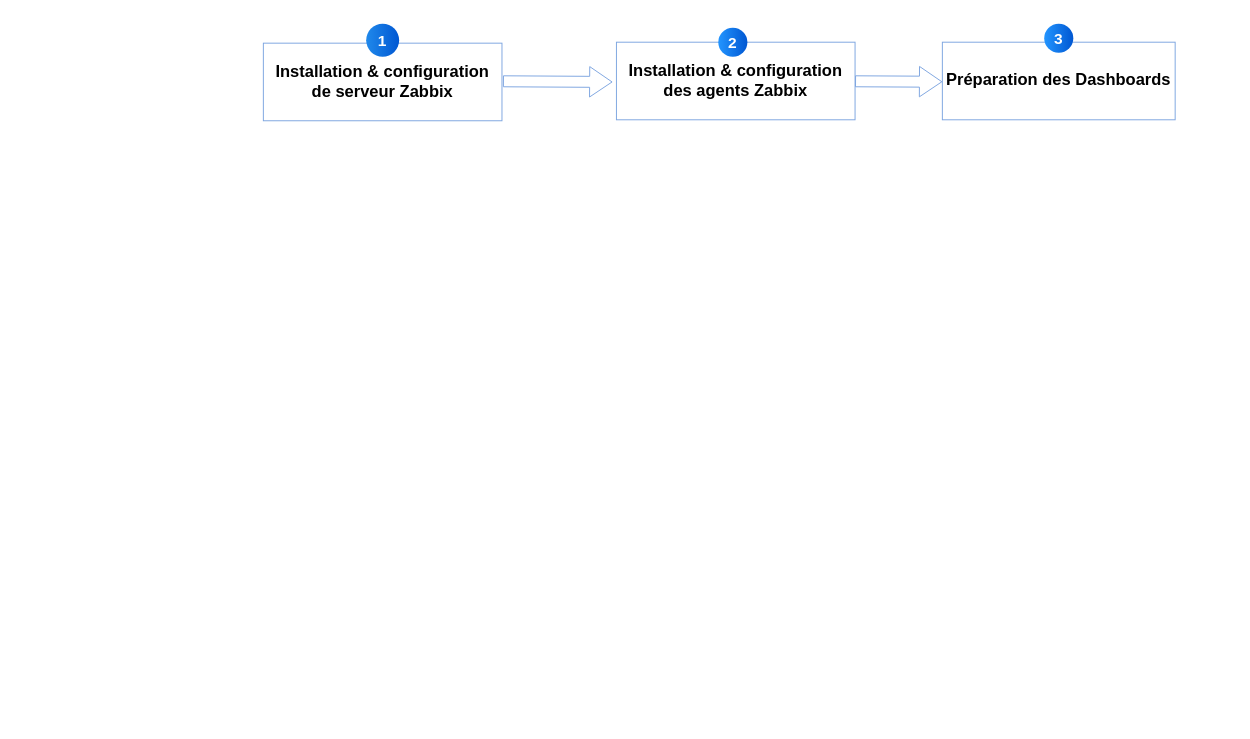
eya-harbaoui/Diagramms keeps this draw.io diagram as InstallationZabbix.drawio. Above is the earlier version. Source tidied: cells renumbered, new cells numbered last; positions are measured from the earlier drawing's top-left corner, leaving out a move shared by most shapes. Both pictures are drawn from the tidied source at 97%, with x=0, y=0 at pixel (263, 23). Pictures stored in the file or linked from it are replaced by grey dashed boxes.
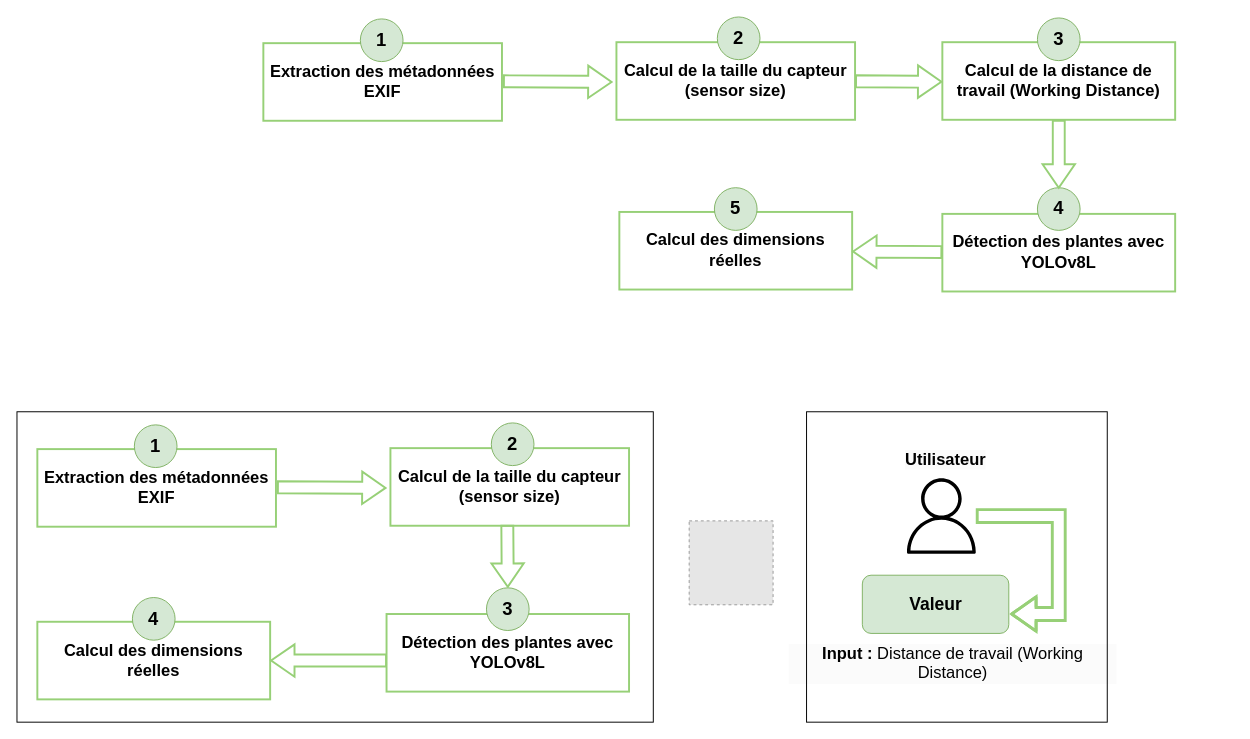
The same page after the edit.

Commit message:
Mettre à jour InstallationZabbix.drawio

Diff of the diagram source:
```diff
@@
-    <mxCell id="2" value="&lt;p&gt;&lt;strong&gt;&lt;font style=&quot;font-size: 17px;&quot;&gt;Installation &amp;amp; configuration de serveur Zabbix&lt;/font&gt;&lt;/strong&gt;&lt;/p&gt;" style="rounded=0;whiteSpace=wrap;html=1;strokeColor=#7EA6E0;" parent="1" vertex="1">
+    <mxCell id="2" value="&lt;p&gt;&lt;span style=&quot;font-size: 17px;&quot;&gt;&lt;b&gt;Extraction des métadonnées EXIF&lt;/b&gt;&lt;/span&gt;&lt;br&gt;&lt;/p&gt;" style="rounded=0;whiteSpace=wrap;html=1;strokeColor=#97D077;strokeWidth=2;" parent="1" vertex="1">
       <mxGeometry y="20" width="246" height="80" as="geometry" />
     </mxCell>
-    <mxCell id="3" value="&lt;p&gt;&lt;strong&gt;&lt;font style=&quot;font-size: 17px;&quot;&gt;Installation &amp;amp; configuration des agents Zabbix&lt;/font&gt;&lt;/strong&gt;&lt;br&gt;&lt;/p&gt;" style="rounded=0;whiteSpace=wrap;html=1;strokeColor=#7EA6E0;" parent="1" vertex="1">
+    <mxCell id="3" value="&lt;p&gt;&lt;span style=&quot;font-size: 17px;&quot;&gt;&lt;b&gt;Calcul de la taille du capteur (sensor size)&lt;/b&gt;&lt;/span&gt;&lt;br&gt;&lt;/p&gt;" style="rounded=0;whiteSpace=wrap;html=1;strokeColor=#97D077;strokeWidth=2;" parent="1" vertex="1">
       <mxGeometry x="364" y="19" width="246" height="80" as="geometry" />
     </mxCell>
-    <mxCell id="4" value="&lt;p&gt;&lt;/p&gt;&lt;ul style=&quot;forced-color-adjust: none; color: rgb(0, 0, 0); font-family: Helvetica; font-size: 12px; font-style: normal; font-variant-ligatures: normal; font-variant-caps: normal; font-weight: 400; letter-spacing: normal; orphans: 2; text-align: left; text-indent: 0px; text-transform: none; widows: 2; word-spacing: 0px; -webkit-text-stroke-width: 0px; white-space: normal; background-color: rgb(251, 251, 251); text-decoration-thickness: initial; text-decoration-style: initial; text-decoration-color: initial;&quot;&gt;&lt;/ul&gt;&lt;p&gt;&lt;/p&gt;&lt;p style=&quot;forced-color-adjust: none; color: rgb(0, 0, 0); font-family: Helvetica; font-size: 12px; font-style: normal; font-variant-ligatures: normal; font-variant-caps: normal; font-weight: 400; letter-spacing: normal; orphans: 2; text-indent: 0px; text-transform: none; widows: 2; word-spacing: 0px; -webkit-text-stroke-width: 0px; white-space: normal; background-color: rgb(251, 251, 251); text-decoration-thickness: initial; text-decoration-style: initial; text-decoration-color: initial;&quot;&gt;&lt;/p&gt;&lt;p&gt;&lt;/p&gt;&lt;p&gt;&lt;/p&gt;&lt;h3&gt;&lt;strong&gt;&lt;font style=&quot;font-size: 17px;&quot;&gt;Préparation des Dashboards&lt;/font&gt;&lt;/strong&gt;&lt;/h3&gt;" style="rounded=0;whiteSpace=wrap;html=1;strokeColor=#7EA6E0;" parent="1" vertex="1">
+    <mxCell id="4" value="&lt;p&gt;&lt;/p&gt;&lt;ul style=&quot;forced-color-adjust: none; color: rgb(0, 0, 0); font-family: Helvetica; font-size: 12px; font-style: normal; font-variant-ligatures: normal; font-variant-caps: normal; font-weight: 400; letter-spacing: normal; orphans: 2; text-align: left; text-indent: 0px; text-transform: none; widows: 2; word-spacing: 0px; -webkit-text-stroke-width: 0px; white-space: normal; background-color: rgb(251, 251, 251); text-decoration-thickness: initial; text-decoration-style: initial; text-decoration-color: initial;&quot;&gt;&lt;/ul&gt;&lt;p&gt;&lt;/p&gt;&lt;p style=&quot;forced-color-adjust: none; color: rgb(0, 0, 0); font-family: Helvetica; font-size: 12px; font-style: normal; font-variant-ligatures: normal; font-variant-caps: normal; font-weight: 400; letter-spacing: normal; orphans: 2; text-indent: 0px; text-transform: none; widows: 2; word-spacing: 0px; -webkit-text-stroke-width: 0px; white-space: normal; background-color: rgb(251, 251, 251); text-decoration-thickness: initial; text-decoration-style: initial; text-decoration-color: initial;&quot;&gt;&lt;/p&gt;&lt;p&gt;&lt;/p&gt;&lt;p&gt;&lt;/p&gt;&lt;h3&gt;&lt;span style=&quot;font-size: 17px;&quot;&gt;Calcul de la distance de travail (Working Distance)&lt;/span&gt;&lt;br&gt;&lt;/h3&gt;" style="rounded=0;whiteSpace=wrap;html=1;strokeColor=#97D077;strokeWidth=2;" parent="1" vertex="1">
       <mxGeometry x="700" y="19" width="240" height="80" as="geometry" />
     </mxCell>
-    <mxCell id="5" value="1" style="ellipse;whiteSpace=wrap;html=1;rotation=0;gradientColor=#0057D2;strokeColor=none;gradientDirection=east;fillColor=#2089EB;rounded=0;fontFamily=Helvetica;fontSize=16;fontColor=#FFFFFF;spacingTop=4;spacingBottom=4;spacingLeft=4;spacingRight=4;fontStyle=1;" parent="1" vertex="1">
-      <mxGeometry x="106" width="34" height="34" as="geometry" />
+    <mxCell id="5" value="&lt;font style=&quot;font-size: 19px;&quot;&gt;1&lt;/font&gt;" style="ellipse;whiteSpace=wrap;html=1;rotation=0;strokeColor=#82b366;gradientDirection=east;fillColor=#d5e8d4;rounded=0;fontFamily=Helvetica;fontSize=16;spacingTop=4;spacingBottom=4;spacingLeft=4;spacingRight=4;fontStyle=1;" parent="1" vertex="1">
+      <mxGeometry x="100" y="-5" width="44" height="44" as="geometry" />
     </mxCell>
-    <mxCell id="6" value="2" style="ellipse;whiteSpace=wrap;html=1;rotation=0;gradientColor=#0057D2;strokeColor=none;gradientDirection=east;fillColor=#2395FF;rounded=0;fontFamily=Helvetica;fontSize=16;fontColor=#FFFFFF;spacingTop=4;spacingBottom=4;spacingLeft=4;spacingRight=4;fontStyle=1;" parent="1" vertex="1">
-      <mxGeometry x="469" y="4" width="30" height="30" as="geometry" />
-    </mxCell>
-    <mxCell id="7" value="3" style="ellipse;whiteSpace=wrap;html=1;rotation=0;gradientColor=#0057D2;strokeColor=none;gradientDirection=east;fillColor=#2395FF;rounded=0;fontFamily=Helvetica;fontSize=16;fontColor=#FFFFFF;spacingTop=4;spacingBottom=4;spacingLeft=4;spacingRight=4;fontStyle=1;" parent="1" vertex="1">
-      <mxGeometry x="805" width="30" height="30" as="geometry" />
-    </mxCell>
-    <mxCell id="8" style="shape=flexArrow;endArrow=classic;html=1;rounded=0;exitX=1;exitY=0.5;exitDx=0;exitDy=0;entryX=0;entryY=0.5;entryDx=0;entryDy=0;width=11.304347826086957;endSize=7.373913043478262;endWidth=19.054820415879018;strokeColor=#7EA6E0;" parent="1" edge="1">
+    <mxCell id="8" style="shape=flexArrow;endArrow=classic;html=1;rounded=0;exitX=1;exitY=0.5;exitDx=0;exitDy=0;entryX=0;entryY=0.5;entryDx=0;entryDy=0;width=11.304347826086957;endSize=7.373913043478262;endWidth=19.054820415879018;strokeColor=#97D077;strokeWidth=2;" parent="1" edge="1">
       <mxGeometry relative="1" as="geometry">
         <mxPoint x="610" y="59.3" as="sourcePoint" />
         <mxPoint x="700" y="59.8" as="targetPoint" />
       </mxGeometry>
     </mxCell>
-    <mxCell id="9" style="shape=flexArrow;endArrow=classic;html=1;rounded=0;exitX=1;exitY=0.5;exitDx=0;exitDy=0;width=11.304347826086957;endSize=7.373913043478262;endWidth=19.054820415879018;strokeColor=#7EA6E0;" parent="1" edge="1">
+    <mxCell id="9" style="shape=flexArrow;endArrow=classic;html=1;rounded=0;exitX=1;exitY=0.5;exitDx=0;exitDy=0;width=11.304347826086957;endSize=7.373913043478262;endWidth=19.054820415879018;strokeColor=#97D077;strokeWidth=2;" parent="1" edge="1">
       <mxGeometry relative="1" as="geometry">
         <mxPoint x="247" y="59.3" as="sourcePoint" />
         <mxPoint x="360" y="60" as="targetPoint" />
       </mxGeometry>
     </mxCell>
+    <mxCell id="10" value="&lt;p&gt;&lt;/p&gt;&lt;ul style=&quot;forced-color-adjust: none; color: rgb(0, 0, 0); font-family: Helvetica; font-size: 12px; font-style: normal; font-variant-ligatures: normal; font-variant-caps: normal; font-weight: 400; letter-spacing: normal; orphans: 2; text-align: left; text-indent: 0px; text-transform: none; widows: 2; word-spacing: 0px; -webkit-text-stroke-width: 0px; white-space: normal; background-color: rgb(251, 251, 251); text-decoration-thickness: initial; text-decoration-style: initial; text-decoration-color: initial;&quot;&gt;&lt;/ul&gt;&lt;p&gt;&lt;/p&gt;&lt;p style=&quot;forced-color-adjust: none; color: rgb(0, 0, 0); font-family: Helvetica; font-size: 12px; font-style: normal; font-variant-ligatures: normal; font-variant-caps: normal; font-weight: 400; letter-spacing: normal; orphans: 2; text-indent: 0px; text-transform: none; widows: 2; word-spacing: 0px; -webkit-text-stroke-width: 0px; white-space: normal; background-color: rgb(251, 251, 251); text-decoration-thickness: initial; text-decoration-style: initial; text-decoration-color: initial;&quot;&gt;&lt;/p&gt;&lt;p&gt;&lt;/p&gt;&lt;p&gt;&lt;/p&gt;&lt;h3&gt;&lt;span style=&quot;font-size: 17px;&quot;&gt;Détection des plantes avec YOLOv8L&lt;/span&gt;&lt;br&gt;&lt;/h3&gt;" style="rounded=0;whiteSpace=wrap;html=1;strokeColor=#97D077;strokeWidth=2;" parent="1" vertex="1">
+      <mxGeometry x="700" y="196" width="240" height="80" as="geometry" />
+    </mxCell>
+    <mxCell id="11" value="&lt;p&gt;&lt;/p&gt;&lt;ul style=&quot;forced-color-adjust: none; color: rgb(0, 0, 0); font-family: Helvetica; font-size: 12px; font-style: normal; font-variant-ligatures: normal; font-variant-caps: normal; font-weight: 400; letter-spacing: normal; orphans: 2; text-align: left; text-indent: 0px; text-transform: none; widows: 2; word-spacing: 0px; -webkit-text-stroke-width: 0px; white-space: normal; background-color: rgb(251, 251, 251); text-decoration-thickness: initial; text-decoration-style: initial; text-decoration-color: initial;&quot;&gt;&lt;/ul&gt;&lt;p&gt;&lt;/p&gt;&lt;p style=&quot;forced-color-adjust: none; color: rgb(0, 0, 0); font-family: Helvetica; font-size: 12px; font-style: normal; font-variant-ligatures: normal; font-variant-caps: normal; font-weight: 400; letter-spacing: normal; orphans: 2; text-indent: 0px; text-transform: none; widows: 2; word-spacing: 0px; -webkit-text-stroke-width: 0px; white-space: normal; background-color: rgb(251, 251, 251); text-decoration-thickness: initial; text-decoration-style: initial; text-decoration-color: initial;&quot;&gt;&lt;/p&gt;&lt;p&gt;&lt;/p&gt;&lt;p&gt;&lt;/p&gt;&lt;h3&gt;&lt;span style=&quot;font-size: 17px;&quot;&gt;Calcul des dimensions réelles&lt;/span&gt;&lt;br&gt;&lt;/h3&gt;" style="rounded=0;whiteSpace=wrap;html=1;strokeColor=#97D077;strokeWidth=2;" parent="1" vertex="1">
+      <mxGeometry x="367" y="194" width="240" height="80" as="geometry" />
+    </mxCell>
+    <mxCell id="12" value="&lt;font style=&quot;font-size: 19px;&quot;&gt;2&lt;/font&gt;" style="ellipse;whiteSpace=wrap;html=1;rotation=0;strokeColor=#82b366;gradientDirection=east;fillColor=#d5e8d4;rounded=0;fontFamily=Helvetica;fontSize=16;spacingTop=4;spacingBottom=4;spacingLeft=4;spacingRight=4;fontStyle=1;" parent="1" vertex="1">
+      <mxGeometry x="468" y="-7" width="44" height="44" as="geometry" />
+    </mxCell>
+    <mxCell id="13" value="&lt;font style=&quot;font-size: 19px;&quot;&gt;3&lt;/font&gt;" style="ellipse;whiteSpace=wrap;html=1;rotation=0;strokeColor=#82b366;gradientDirection=east;fillColor=#d5e8d4;rounded=0;fontFamily=Helvetica;fontSize=16;spacingTop=4;spacingBottom=4;spacingLeft=4;spacingRight=4;fontStyle=1;" parent="1" vertex="1">
+      <mxGeometry x="798" y="-6" width="44" height="44" as="geometry" />
+    </mxCell>
+    <mxCell id="14" value="&lt;font style=&quot;font-size: 19px;&quot;&gt;4&lt;/font&gt;" style="ellipse;whiteSpace=wrap;html=1;rotation=0;strokeColor=#82b366;gradientDirection=east;fillColor=#d5e8d4;rounded=0;fontFamily=Helvetica;fontSize=16;spacingTop=4;spacingBottom=4;spacingLeft=4;spacingRight=4;fontStyle=1;" parent="1" vertex="1">
+      <mxGeometry x="798" y="169" width="44" height="44" as="geometry" />
+    </mxCell>
+    <mxCell id="15" value="&lt;font style=&quot;font-size: 19px;&quot;&gt;5&lt;/font&gt;" style="ellipse;whiteSpace=wrap;html=1;rotation=0;strokeColor=#82b366;gradientDirection=east;fillColor=#d5e8d4;rounded=0;fontFamily=Helvetica;fontSize=16;spacingTop=4;spacingBottom=4;spacingLeft=4;spacingRight=4;fontStyle=1;" parent="1" vertex="1">
+      <mxGeometry x="465" y="169" width="44" height="44" as="geometry" />
+    </mxCell>
+    <mxCell id="16" style="shape=flexArrow;endArrow=classic;html=1;rounded=0;exitX=0.5;exitY=1;exitDx=0;exitDy=0;width=11.304347826086957;endSize=7.373913043478262;endWidth=19.054820415879018;strokeColor=#97D077;strokeWidth=2;" parent="1" edge="1" source="4">
+      <mxGeometry relative="1" as="geometry">
+        <mxPoint x="820" y="170" as="targetPoint" />
+      </mxGeometry>
+    </mxCell>
+    <mxCell id="17" style="shape=flexArrow;endArrow=classic;html=1;rounded=0;exitX=1;exitY=0.5;exitDx=0;exitDy=0;width=11.304347826086957;endSize=7.373913043478262;endWidth=19.054820415879018;strokeColor=#97D077;strokeWidth=2;" parent="1" edge="1" target="11">
+      <mxGeometry relative="1" as="geometry">
+        <mxPoint x="700" y="235.4" as="sourcePoint" />
+      </mxGeometry>
+    </mxCell>
+    <mxCell id="18" value="&lt;p&gt;&lt;span style=&quot;font-size: 17px;&quot;&gt;&lt;b&gt;Extraction des métadonnées EXIF&lt;/b&gt;&lt;/span&gt;&lt;br&gt;&lt;/p&gt;" style="rounded=0;whiteSpace=wrap;html=1;strokeColor=#97D077;strokeWidth=2;" parent="1" vertex="1">
+      <mxGeometry x="-233" y="438.5" width="246" height="80" as="geometry" />
+    </mxCell>
+    <mxCell id="19" value="&lt;p&gt;&lt;span style=&quot;font-size: 17px;&quot;&gt;&lt;b&gt;Calcul de la taille du capteur (sensor size)&lt;/b&gt;&lt;/span&gt;&lt;br&gt;&lt;/p&gt;" style="rounded=0;whiteSpace=wrap;html=1;strokeColor=#97D077;strokeWidth=2;" parent="1" vertex="1">
+      <mxGeometry x="131" y="437.5" width="246" height="80" as="geometry" />
+    </mxCell>
+    <mxCell id="20" value="&lt;font style=&quot;font-size: 19px;&quot;&gt;1&lt;/font&gt;" style="ellipse;whiteSpace=wrap;html=1;rotation=0;strokeColor=#82b366;gradientDirection=east;fillColor=#d5e8d4;rounded=0;fontFamily=Helvetica;fontSize=16;spacingTop=4;spacingBottom=4;spacingLeft=4;spacingRight=4;fontStyle=1;" parent="1" vertex="1">
+      <mxGeometry x="-133" y="413.5" width="44" height="44" as="geometry" />
+    </mxCell>
+    <mxCell id="21" style="shape=flexArrow;endArrow=classic;html=1;rounded=0;exitX=1;exitY=0.5;exitDx=0;exitDy=0;width=11.304347826086957;endSize=7.373913043478262;endWidth=19.054820415879018;strokeColor=#97D077;strokeWidth=2;" parent="1" edge="1">
+      <mxGeometry relative="1" as="geometry">
+        <mxPoint x="14" y="477.8" as="sourcePoint" />
+        <mxPoint x="127" y="478.5" as="targetPoint" />
+      </mxGeometry>
+    </mxCell>
+    <mxCell id="22" value="&lt;p&gt;&lt;/p&gt;&lt;ul style=&quot;forced-color-adjust: none; color: rgb(0, 0, 0); font-family: Helvetica; font-size: 12px; font-style: normal; font-variant-ligatures: normal; font-variant-caps: normal; font-weight: 400; letter-spacing: normal; orphans: 2; text-align: left; text-indent: 0px; text-transform: none; widows: 2; word-spacing: 0px; -webkit-text-stroke-width: 0px; white-space: normal; background-color: rgb(251, 251, 251); text-decoration-thickness: initial; text-decoration-style: initial; text-decoration-color: initial;&quot;&gt;&lt;/ul&gt;&lt;p&gt;&lt;/p&gt;&lt;p style=&quot;forced-color-adjust: none; color: rgb(0, 0, 0); font-family: Helvetica; font-size: 12px; font-style: normal; font-variant-ligatures: normal; font-variant-caps: normal; font-weight: 400; letter-spacing: normal; orphans: 2; text-indent: 0px; text-transform: none; widows: 2; word-spacing: 0px; -webkit-text-stroke-width: 0px; white-space: normal; background-color: rgb(251, 251, 251); text-decoration-thickness: initial; text-decoration-style: initial; text-decoration-color: initial;&quot;&gt;&lt;/p&gt;&lt;p&gt;&lt;/p&gt;&lt;p&gt;&lt;/p&gt;&lt;h3&gt;&lt;span style=&quot;font-size: 17px;&quot;&gt;Détection des plantes avec YOLOv8L&lt;/span&gt;&lt;br&gt;&lt;/h3&gt;" style="rounded=0;whiteSpace=wrap;html=1;strokeColor=#97D077;strokeWidth=2;" parent="1" vertex="1">
+      <mxGeometry x="127" y="608.5" width="250" height="80" as="geometry" />
+    </mxCell>
+    <mxCell id="23" value="&lt;p&gt;&lt;/p&gt;&lt;ul style=&quot;forced-color-adjust: none; color: rgb(0, 0, 0); font-family: Helvetica; font-size: 12px; font-style: normal; font-variant-ligatures: normal; font-variant-caps: normal; font-weight: 400; letter-spacing: normal; orphans: 2; text-align: left; text-indent: 0px; text-transform: none; widows: 2; word-spacing: 0px; -webkit-text-stroke-width: 0px; white-space: normal; background-color: rgb(251, 251, 251); text-decoration-thickness: initial; text-decoration-style: initial; text-decoration-color: initial;&quot;&gt;&lt;/ul&gt;&lt;p&gt;&lt;/p&gt;&lt;p style=&quot;forced-color-adjust: none; color: rgb(0, 0, 0); font-family: Helvetica; font-size: 12px; font-style: normal; font-variant-ligatures: normal; font-variant-caps: normal; font-weight: 400; letter-spacing: normal; orphans: 2; text-indent: 0px; text-transform: none; widows: 2; word-spacing: 0px; -webkit-text-stroke-width: 0px; white-space: normal; background-color: rgb(251, 251, 251); text-decoration-thickness: initial; text-decoration-style: initial; text-decoration-color: initial;&quot;&gt;&lt;/p&gt;&lt;p&gt;&lt;/p&gt;&lt;p&gt;&lt;/p&gt;&lt;h3&gt;&lt;span style=&quot;font-size: 17px;&quot;&gt;Calcul des dimensions réelles&lt;/span&gt;&lt;br&gt;&lt;/h3&gt;" style="rounded=0;whiteSpace=wrap;html=1;strokeColor=#97D077;strokeWidth=2;" parent="1" vertex="1">
+      <mxGeometry x="-233" y="616.5" width="240" height="80" as="geometry" />
+    </mxCell>
+    <mxCell id="24" value="&lt;font style=&quot;font-size: 19px;&quot;&gt;2&lt;/font&gt;" style="ellipse;whiteSpace=wrap;html=1;rotation=0;strokeColor=#82b366;gradientDirection=east;fillColor=#d5e8d4;rounded=0;fontFamily=Helvetica;fontSize=16;spacingTop=4;spacingBottom=4;spacingLeft=4;spacingRight=4;fontStyle=1;" parent="1" vertex="1">
+      <mxGeometry x="235" y="411.5" width="44" height="44" as="geometry" />
+    </mxCell>
+    <mxCell id="25" value="&lt;font style=&quot;font-size: 19px;&quot;&gt;3&lt;/font&gt;" style="ellipse;whiteSpace=wrap;html=1;rotation=0;strokeColor=#82b366;gradientDirection=east;fillColor=#d5e8d4;rounded=0;fontFamily=Helvetica;fontSize=16;spacingTop=4;spacingBottom=4;spacingLeft=4;spacingRight=4;fontStyle=1;" parent="1" vertex="1">
+      <mxGeometry x="230" y="581.5" width="44" height="44" as="geometry" />
+    </mxCell>
+    <mxCell id="26" value="&lt;font style=&quot;font-size: 19px;&quot;&gt;4&lt;/font&gt;" style="ellipse;whiteSpace=wrap;html=1;rotation=0;strokeColor=#82b366;gradientDirection=east;fillColor=#d5e8d4;rounded=0;fontFamily=Helvetica;fontSize=16;spacingTop=4;spacingBottom=4;spacingLeft=4;spacingRight=4;fontStyle=1;" parent="1" vertex="1">
+      <mxGeometry x="-135" y="591.5" width="44" height="44" as="geometry" />
+    </mxCell>
+    <mxCell id="27" style="shape=flexArrow;endArrow=classic;html=1;rounded=0;width=11.304347826086957;endSize=7.373913043478262;endWidth=19.054820415879018;strokeColor=#97D077;strokeWidth=2;exitX=0.002;exitY=0.599;exitDx=0;exitDy=0;exitPerimeter=0;" parent="1" edge="1" source="22" target="23">
+      <mxGeometry relative="1" as="geometry" />
+    </mxCell>
+    <mxCell id="28" style="shape=flexArrow;endArrow=classic;html=1;rounded=0;exitX=1;exitY=0.5;exitDx=0;exitDy=0;width=11.304347826086957;endSize=7.373913043478262;endWidth=19.054820415879018;strokeColor=#97D077;strokeWidth=2;" parent="1" edge="1">
+      <mxGeometry relative="1" as="geometry">
+        <mxPoint x="251.5" y="516.5" as="sourcePoint" />
+        <mxPoint x="252" y="581.5" as="targetPoint" />
+      </mxGeometry>
+    </mxCell>
+    <mxCell id="29" style="sketch=0;outlineConnect=0;fillColor=#000000;strokeColor=#000000;dashed=0;verticalLabelPosition=bottom;verticalAlign=top;align=center;html=1;fontSize=12;fontStyle=0;shape=mxgraph.aws4.user;" parent="1" vertex="1">
+      <mxGeometry x="660" y="468.5" width="78" height="78" as="geometry" />
+    </mxCell>
+    <mxCell id="30" value="&lt;h3&gt;&lt;font style=&quot;font-size: 18px;&quot;&gt;Valeur&lt;/font&gt;&lt;/h3&gt;" style="rounded=1;whiteSpace=wrap;html=1;fillColor=#d5e8d4;strokeColor=#82b366;" parent="1" vertex="1">
+      <mxGeometry x="617.5" y="568.5" width="151" height="60" as="geometry" />
+    </mxCell>
+    <mxCell id="31" value="&lt;h3 style=&quot;forced-color-adjust: none; color: rgb(0, 0, 0); font-family: Helvetica; font-style: normal; font-variant-ligatures: normal; font-variant-caps: normal; letter-spacing: normal; orphans: 2; text-align: center; text-indent: 0px; text-transform: none; widows: 2; word-spacing: 0px; -webkit-text-stroke-width: 0px; white-space: normal; background-color: rgb(251, 251, 251); text-decoration-thickness: initial; text-decoration-style: initial; text-decoration-color: initial;&quot;&gt;&lt;span style=&quot;forced-color-adjust: none; font-size: 17px;&quot;&gt;Input :&amp;nbsp;&lt;/span&gt;&lt;span style=&quot;font-size: 17px; font-weight: normal;&quot;&gt;Distance de travail (Working Distance)&lt;/span&gt;&lt;/h3&gt;" style="text;whiteSpace=wrap;html=1;" parent="1" vertex="1">
+      <mxGeometry x="540" y="618.5" width="340" height="70" as="geometry" />
+    </mxCell>
+    <mxCell id="32" style="shape=flexArrow;endArrow=classic;html=1;rounded=0;width=11.304347826086957;endSize=7.373913043478262;endWidth=19.054820415879018;strokeColor=#97D077;strokeWidth=3;edgeStyle=elbowEdgeStyle;" parent="1" edge="1" source="29">
+      <mxGeometry relative="1" as="geometry">
+        <mxPoint x="770" y="608.5" as="targetPoint" />
+        <Array as="points">
+          <mxPoint x="820" y="548.5" />
+        </Array>
+      </mxGeometry>
+    </mxCell>
+    <mxCell id="33" value="&lt;h3 style=&quot;forced-color-adjust: none; color: rgb(0, 0, 0); font-family: Helvetica; font-style: normal; font-variant-ligatures: normal; font-variant-caps: normal; letter-spacing: normal; orphans: 2; text-align: center; text-indent: 0px; text-transform: none; widows: 2; word-spacing: 0px; -webkit-text-stroke-width: 0px; white-space: normal; background-color: rgb(251, 251, 251); text-decoration-thickness: initial; text-decoration-style: initial; text-decoration-color: initial;&quot;&gt;&lt;span style=&quot;font-size: 17px;&quot;&gt;Utilisateur&lt;/span&gt;&lt;/h3&gt;" style="text;whiteSpace=wrap;html=1;" parent="1" vertex="1">
+      <mxGeometry x="660" y="418.5" width="340" height="70" as="geometry" />
+    </mxCell>
+    <mxCell id="34" style="rounded=0;whiteSpace=wrap;html=1;fillColor=none;" parent="1" vertex="1">
+      <mxGeometry x="560" y="400" width="310" height="320" as="geometry" />
+    </mxCell>
+    <mxCell id="35" style="rounded=0;whiteSpace=wrap;html=1;fillColor=none;" parent="1" vertex="1">
+      <mxGeometry x="-254" y="400" width="656" height="320" as="geometry" />
+    </mxCell>
+    <mxCell id="36" style="fillColor=#E6E6E6;strokeColor=#999999;dashed=1;verticalLabelPosition=bottom;labelBackgroundColor=default;verticalAlign=top;" parent="1" vertex="1">
+      <mxGeometry x="439" y="512.5" width="86.5" height="86.5" as="geometry" />
+    </mxCell>
```
